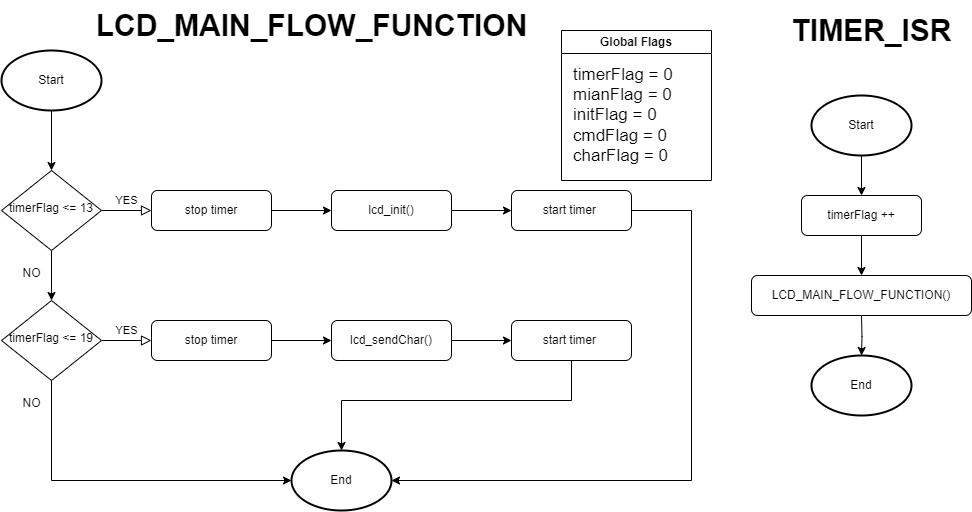
The draw.io diagram 06_Sprint_Seven/00_Design_A_Non_Blocking_LCD_&_Keypad/00_Lcd_FlowCharts/lcd main.png in Khedr05/SPRINTS_Automotive_Software_Bootcamp, before a commit. Source tidied: cells renumbered, new cells last; positions are measured from the earlier drawing's top-left corner, leaving out a move shared by most shapes.
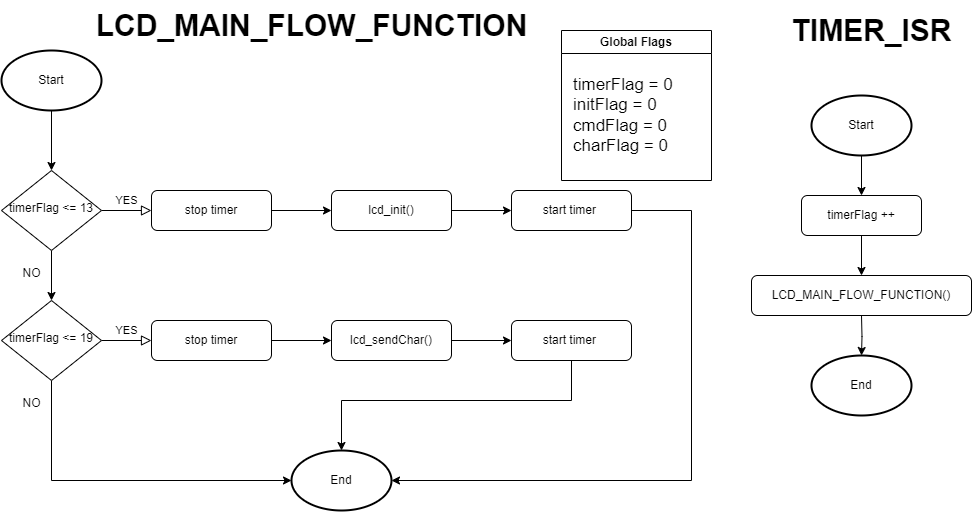
Later version of the same file.

Change to the diagram source:
```diff
@@ -20,7 +20,7 @@
     <mxCell id="7" value="Global Flags" style="swimlane;whiteSpace=wrap;html=1;" parent="1" vertex="1">
       <mxGeometry x="560" y="30" width="150" height="150" as="geometry" />
     </mxCell>
-    <mxCell id="8" value="&lt;div style=&quot;font-size: 17px;&quot;&gt;&lt;span style=&quot;background-color: initial;&quot;&gt;&lt;font style=&quot;font-size: 17px;&quot;&gt;timerFlag = 0&lt;/font&gt;&lt;/span&gt;&lt;/div&gt;&lt;div style=&quot;font-size: 17px;&quot;&gt;&lt;span style=&quot;background-color: initial;&quot;&gt;&lt;font style=&quot;font-size: 17px;&quot;&gt;mianFlag = 0&lt;/font&gt;&lt;/span&gt;&lt;/div&gt;&lt;font style=&quot;font-size: 17px;&quot;&gt;&lt;div style=&quot;&quot;&gt;&lt;span style=&quot;background-color: initial;&quot;&gt;initFlag = 0&lt;/span&gt;&lt;/div&gt;&lt;div style=&quot;&quot;&gt;&lt;span style=&quot;background-color: initial;&quot;&gt;cmdFlag = 0&lt;/span&gt;&lt;/div&gt;&lt;div style=&quot;&quot;&gt;&lt;span style=&quot;background-color: initial;&quot;&gt;charFlag = 0&lt;/span&gt;&lt;/div&gt;&lt;/font&gt;" style="text;html=1;strokeColor=none;fillColor=none;align=left;verticalAlign=middle;whiteSpace=wrap;rounded=0;" parent="7" vertex="1">
+    <mxCell id="8" value="&lt;div style=&quot;font-size: 17px;&quot;&gt;&lt;span style=&quot;background-color: initial;&quot;&gt;&lt;font style=&quot;font-size: 17px;&quot;&gt;timerFlag = 0&lt;/font&gt;&lt;/span&gt;&lt;/div&gt;&lt;font style=&quot;font-size: 17px;&quot;&gt;&lt;div style=&quot;&quot;&gt;&lt;span style=&quot;background-color: initial;&quot;&gt;initFlag = 0&lt;/span&gt;&lt;/div&gt;&lt;div style=&quot;&quot;&gt;&lt;span style=&quot;background-color: initial;&quot;&gt;cmdFlag = 0&lt;/span&gt;&lt;/div&gt;&lt;div style=&quot;&quot;&gt;&lt;span style=&quot;background-color: initial;&quot;&gt;charFlag = 0&lt;/span&gt;&lt;/div&gt;&lt;/font&gt;" style="text;html=1;strokeColor=none;fillColor=none;align=left;verticalAlign=middle;whiteSpace=wrap;rounded=0;" parent="7" vertex="1">
       <mxGeometry x="10" y="30" width="140" height="110" as="geometry" />
     </mxCell>
     <mxCell id="9" style="edgeStyle=orthogonalEdgeStyle;rounded=0;jettySize=auto;html=1;" parent="1" edge="1" source="10" target="4">
```
